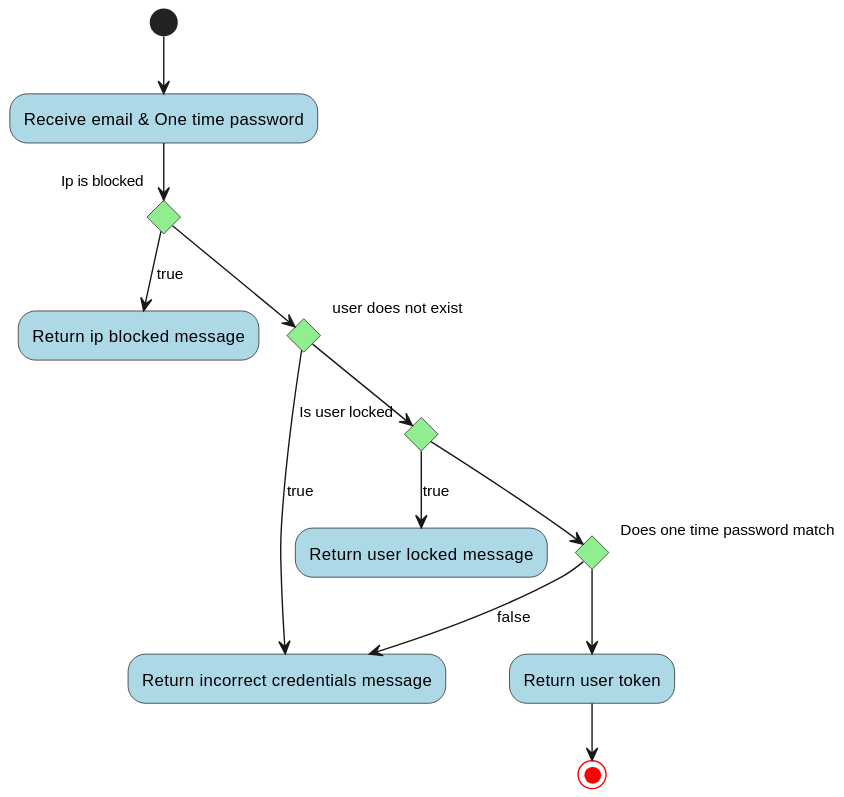
blackout1471/trust-us-school keeps this PlantUML diagram as Docs/out/FlowCharts/VerifyNewLoginLocationFlowChart/Verify new login location.svg. Above is the earlier version.
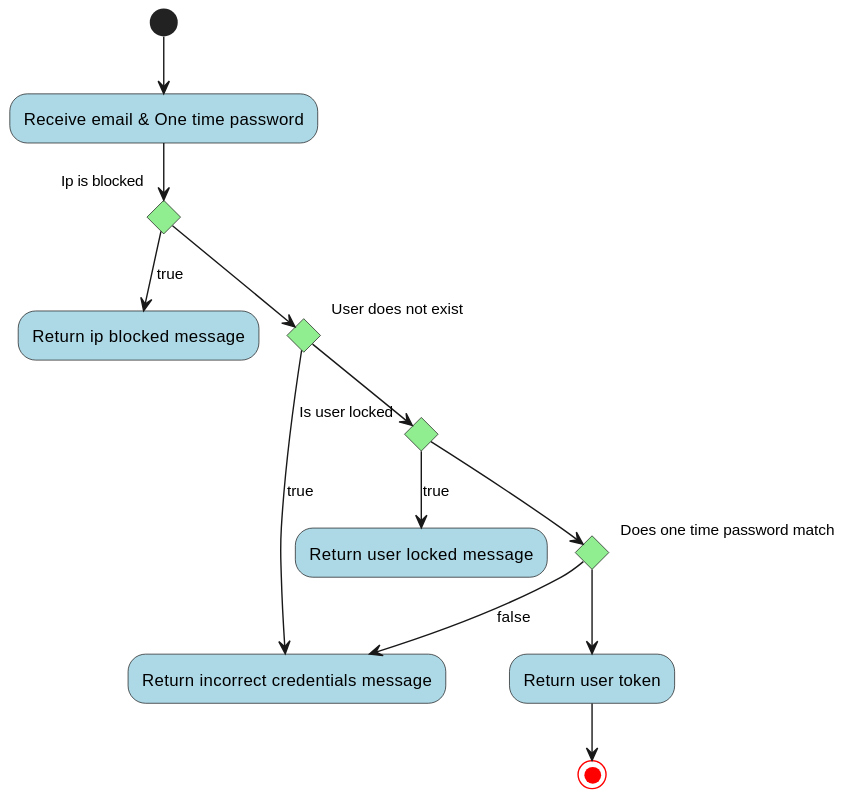
The same diagram one commit later.

Diff of the diagram source:
```diff
@@ -15,7 +15,7 @@
 if "Ip is blocked" then
 	-->[true] "Return ip blocked message"
 else
-	if "user does not exist" then
+	if "User does not exist" then
 		-->[true] "Return incorrect credentials message"
 	else
 		if "Is user locked" then
```
